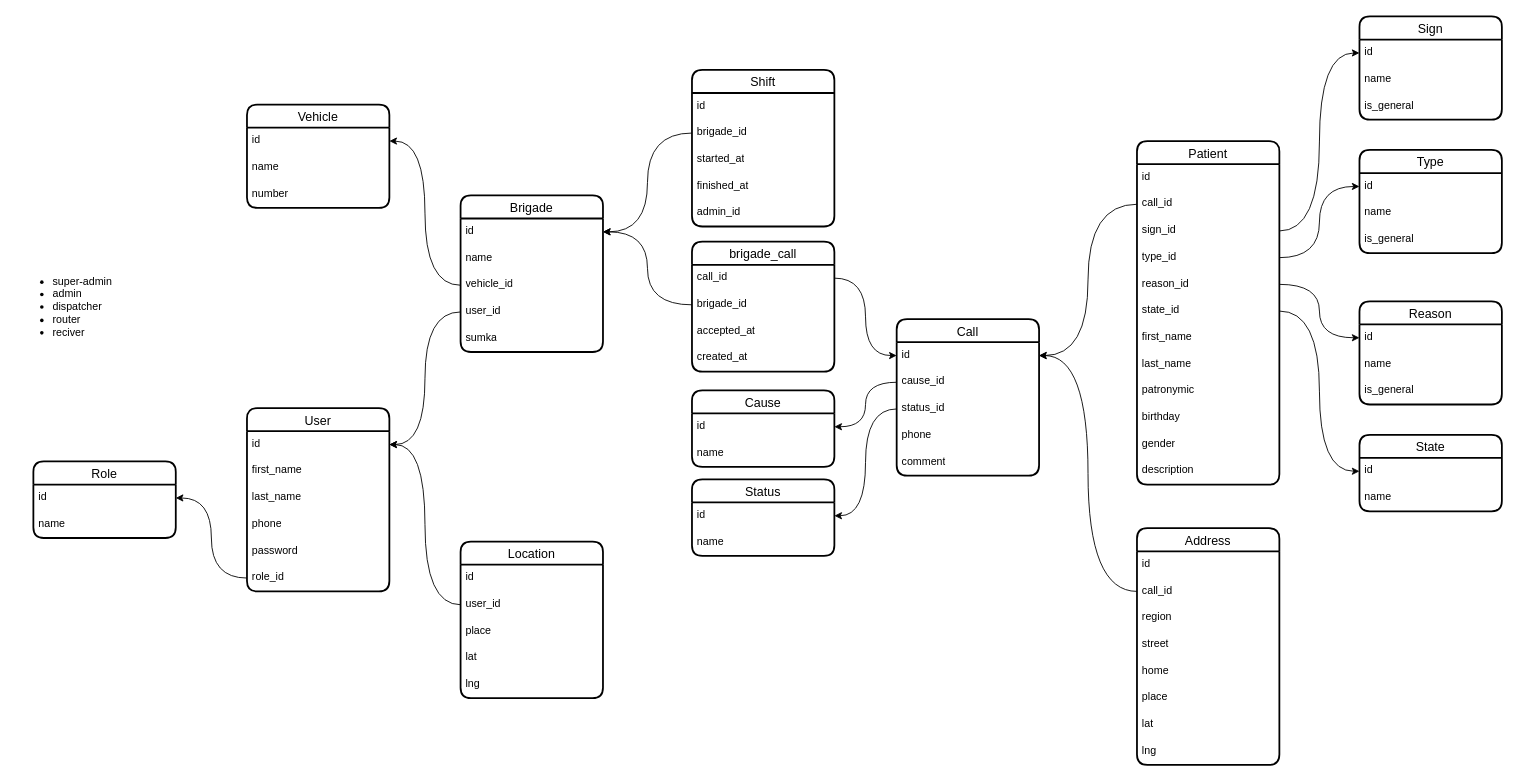
iztileuoff/databases keeps this draw.io diagram as karsoft-103.drawio. Above is the earlier version. Source tidied: cells renumbered, new cells numbered last; positions are measured from the earlier drawing's top-left corner, leaving out a move shared by most shapes. Both pictures are drawn from the tidied source at 89%, with x=0, y=0 at pixel (15, 16).
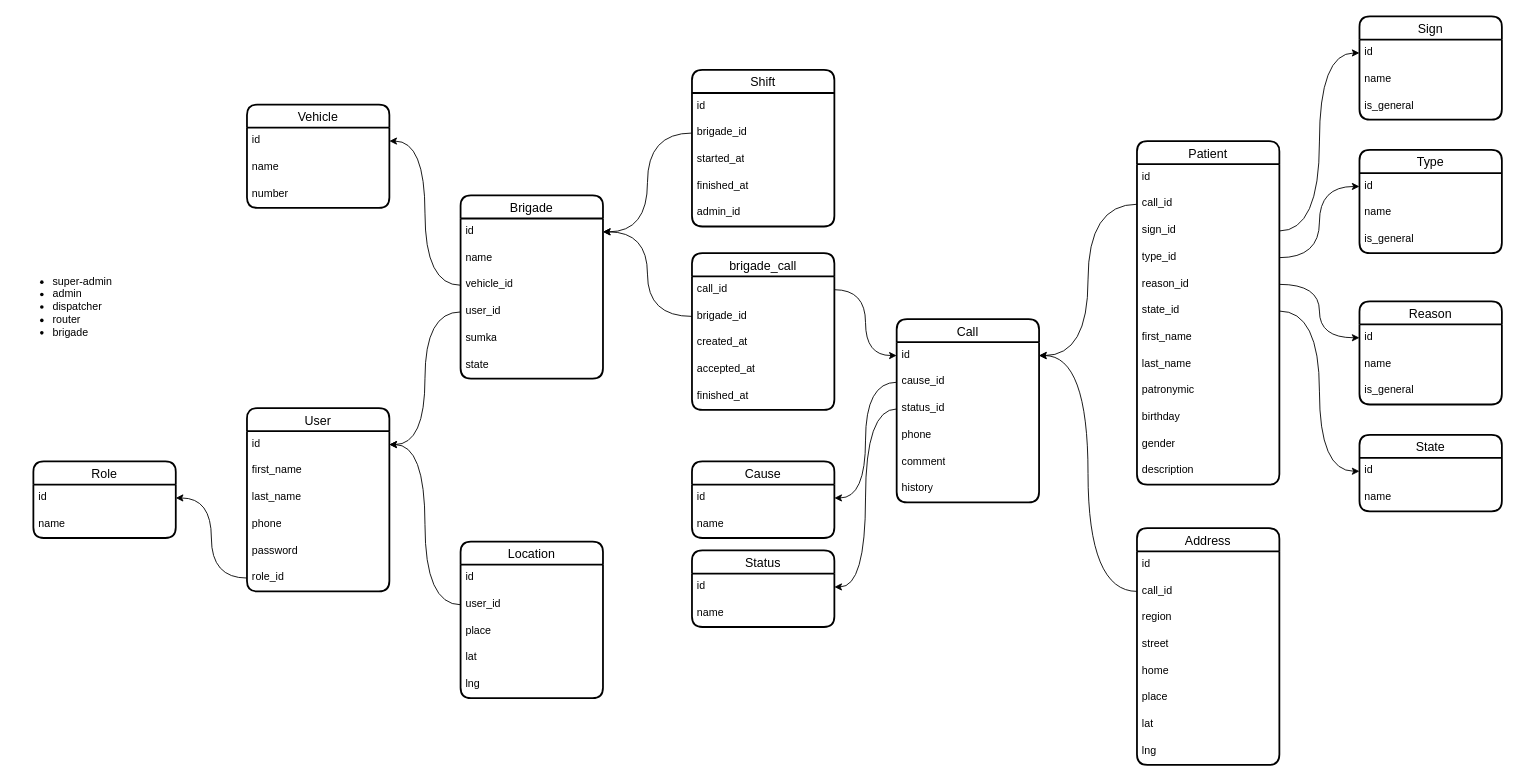
The same page after the edit.

The edit, as a diff of the source:
```diff
@@
     <mxCell id="13" value="Call" style="swimlane;fontStyle=0;horizontal=1;startSize=26;align=center;fontSize=14;strokeWidth=2;rounded=1;shadow=0;glass=0;swimlaneLine=1;" parent="1" vertex="1">
-      <mxGeometry x="990" y="340" width="160" height="176" as="geometry" />
+      <mxGeometry x="990" y="340" width="160" height="206" as="geometry" />
     </mxCell>
@@
+    <mxCell id="104" value="history" style="text;strokeColor=none;fillColor=none;spacingLeft=4;spacingRight=4;overflow=hidden;fontSize=12;whiteSpace=wrap;html=1;" parent="13" vertex="1">
+      <mxGeometry y="176" width="160" height="30" as="geometry" />
+    </mxCell>
     <mxCell id="19" value="Cause" style="swimlane;fontStyle=0;horizontal=1;startSize=26;align=center;fontSize=14;strokeWidth=2;rounded=1;shadow=0;glass=0;swimlaneLine=1;" parent="1" vertex="1">
-      <mxGeometry x="760" y="420" width="160" height="86" as="geometry" />
+      <mxGeometry x="760" y="500" width="160" height="86" as="geometry" />
     </mxCell>
@@
     <mxCell id="45" value="Status" style="swimlane;fontStyle=0;horizontal=1;startSize=26;align=center;fontSize=14;strokeWidth=2;rounded=1;shadow=0;glass=0;swimlaneLine=1;" parent="1" vertex="1">
-      <mxGeometry x="760" y="520" width="160" height="86" as="geometry" />
+      <mxGeometry x="760" y="600" width="160" height="86" as="geometry" />
     </mxCell>
@@
-    <mxCell id="61" value="&lt;ul&gt;&lt;li&gt;super-admin&lt;/li&gt;&lt;li&gt;admin&lt;/li&gt;&lt;li&gt;dispatcher&lt;/li&gt;&lt;li&gt;router&lt;/li&gt;&lt;li&gt;reciver&lt;/li&gt;&lt;/ul&gt;" style="text;strokeColor=none;fillColor=none;html=1;whiteSpace=wrap;verticalAlign=middle;overflow=hidden;" parent="1" vertex="1">
+    <mxCell id="61" value="&lt;ul&gt;&lt;li&gt;super-admin&lt;/li&gt;&lt;li&gt;admin&lt;/li&gt;&lt;li&gt;dispatcher&lt;/li&gt;&lt;li&gt;router&lt;/li&gt;&lt;li&gt;brigade&lt;/li&gt;&lt;/ul&gt;" style="text;strokeColor=none;fillColor=none;html=1;whiteSpace=wrap;verticalAlign=middle;overflow=hidden;" parent="1" vertex="1">
       <mxGeometry y="266" width="233" height="120" as="geometry" />
     </mxCell>
@@
     <mxCell id="71" value="brigade_call" style="swimlane;fontStyle=0;horizontal=1;startSize=26;align=center;fontSize=14;strokeWidth=2;rounded=1;shadow=0;glass=0;swimlaneLine=1;" parent="1" vertex="1">
-      <mxGeometry x="760" y="253" width="160" height="146" as="geometry" />
+      <mxGeometry x="760" y="266" width="160" height="176" as="geometry" />
     </mxCell>
@@
+    <mxCell id="75" value="created_at" style="text;strokeColor=none;fillColor=none;spacingLeft=4;spacingRight=4;overflow=hidden;fontSize=12;whiteSpace=wrap;html=1;" parent="71" vertex="1">
+      <mxGeometry y="86" width="160" height="30" as="geometry" />
+    </mxCell>
     <mxCell id="74" value="accepted_at" style="text;strokeColor=none;fillColor=none;spacingLeft=4;spacingRight=4;overflow=hidden;fontSize=12;whiteSpace=wrap;html=1;" parent="71" vertex="1">
-      <mxGeometry y="86" width="160" height="30" as="geometry" />
+      <mxGeometry y="116" width="160" height="30" as="geometry" />
     </mxCell>
-    <mxCell id="75" value="created_at" style="text;strokeColor=none;fillColor=none;spacingLeft=4;spacingRight=4;overflow=hidden;fontSize=12;whiteSpace=wrap;html=1;" parent="71" vertex="1">
-      <mxGeometry y="116" width="160" height="30" as="geometry" />
-    </mxCell>
+    <mxCell id="105" value="finished_at" style="text;strokeColor=none;fillColor=none;spacingLeft=4;spacingRight=4;overflow=hidden;fontSize=12;whiteSpace=wrap;html=1;" parent="71" vertex="1">
+      <mxGeometry y="146" width="160" height="30" as="geometry" />
+    </mxCell>
@@
     <mxCell id="77" value="Brigade" style="swimlane;fontStyle=0;horizontal=1;startSize=26;align=center;fontSize=14;strokeWidth=2;rounded=1;shadow=0;glass=0;swimlaneLine=1;" parent="1" vertex="1">
-      <mxGeometry x="500" y="201" width="160" height="176" as="geometry" />
+      <mxGeometry x="500" y="201" width="160" height="206" as="geometry" />
     </mxCell>
@@
+    <mxCell id="106" value="state" style="text;strokeColor=none;fillColor=none;spacingLeft=4;spacingRight=4;overflow=hidden;fontSize=12;whiteSpace=wrap;html=1;" parent="77" vertex="1">
+      <mxGeometry y="176" width="160" height="30" as="geometry" />
+    </mxCell>
```
